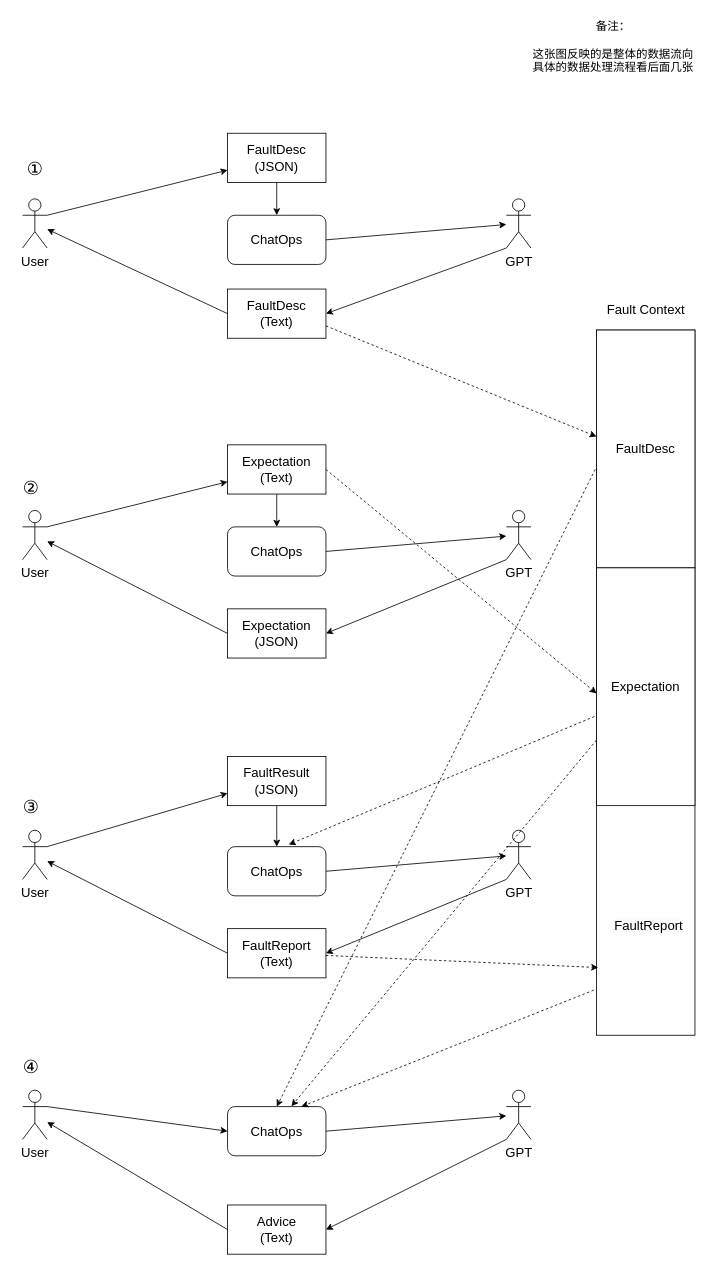
This is page "数据模型" (2 of 7) of docs/chatops.drawio from StLeoX/chatops, a draw.io file, before an edit. Source tidied: cells renumbered, new cells numbered last; positions are measured from the earlier drawing's top-left corner, leaving out a move shared by most shapes. Both pictures are drawn from the tidied source at 82%, with x=0, y=0 at pixel (14, 14).
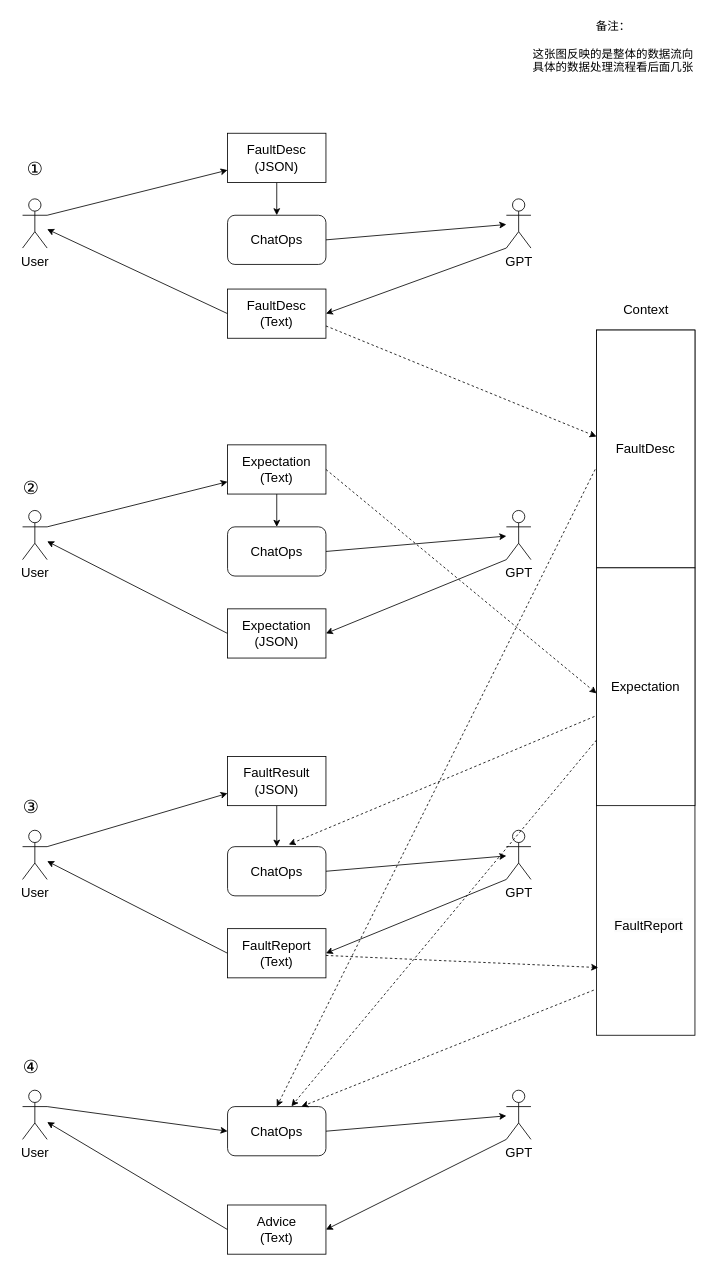
After the change.

Diff of the diagram source:
```diff
@@
-    <mxCell id="38" value="&lt;font style=&quot;font-size: 16px;&quot;&gt;Fault Context&lt;/font&gt;" style="text;html=1;align=center;verticalAlign=middle;strokeColor=none;fillColor=none;fontSize=16;fontColor=#000000;" parent="1" vertex="1">
+    <mxCell id="38" value="&lt;font style=&quot;font-size: 16px;&quot;&gt;Context&lt;/font&gt;" style="text;html=1;align=center;verticalAlign=middle;strokeColor=none;fillColor=none;fontSize=16;fontColor=#000000;" parent="1" vertex="1">
       <mxGeometry x="710" y="345" width="120" height="30" as="geometry" />
     </mxCell>
```
